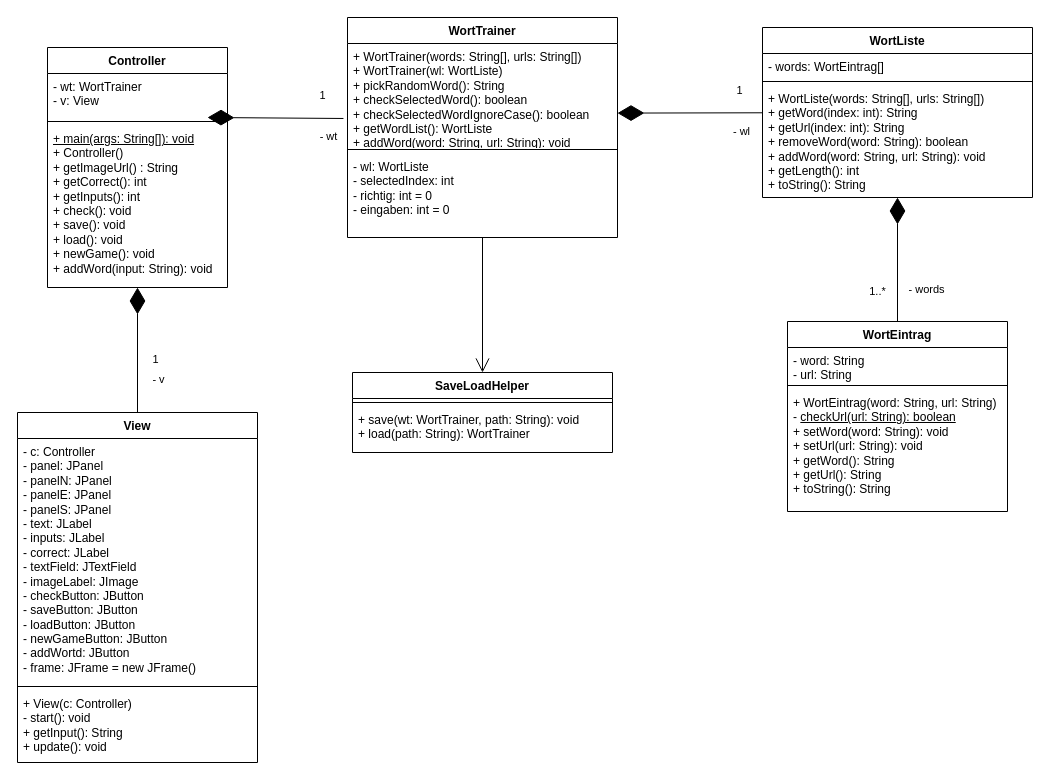
TGM-HIT/sew9-2425-worttrainer-czlabinger keeps this draw.io diagram as doc/worttrainer.drawio. Above is the earlier version. Source tidied: cells renumbered, new cells numbered last; positions are measured from the earlier drawing's top-left corner, leaving out a move shared by most shapes. Both pictures are drawn from the tidied source at 100%, with x=0, y=0 at pixel (17, 17).
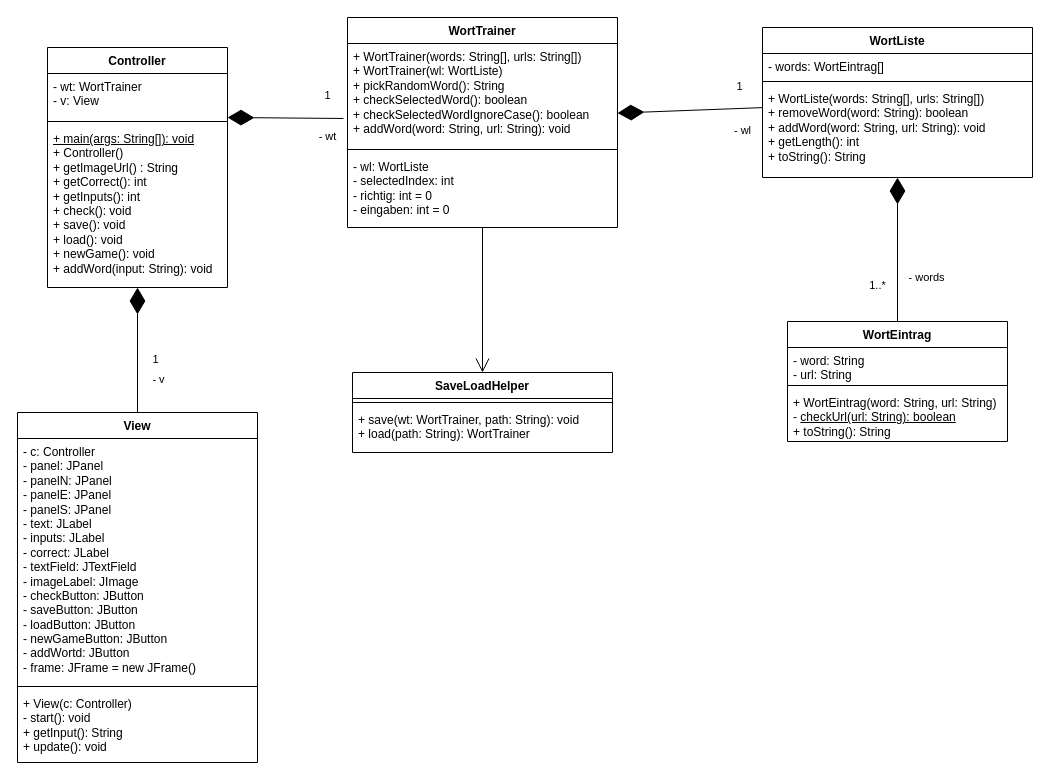
Above is the later version.

Commit message (it also covers changes not shown here):
Updated uml to use lombok

What changed in the source:
```diff
@@
     <mxCell id="2" value="&lt;div&gt;WortTrainer&lt;/div&gt;" style="swimlane;fontStyle=1;align=center;verticalAlign=top;horizontal=1;startSize=26;whiteSpace=wrap;html=1;" parent="1" vertex="1">
-      <mxGeometry x="330" width="270" height="220" as="geometry" />
+      <mxGeometry x="330" width="270" height="210" as="geometry" />
     </mxCell>
-    <mxCell id="3" value="&lt;div&gt;+ WortTrainer(words: String[], urls: String[])&lt;/div&gt;&lt;div&gt;+ WortTrainer(wl: WortListe)&lt;/div&gt;&lt;div&gt;+ pickRandomWord(): String&lt;/div&gt;&lt;div&gt;+ checkSelectedWord(): boolean&lt;/div&gt;&lt;div&gt;+ checkSelectedWordIgnoreCase(): boolean&lt;/div&gt;&lt;div&gt;+ getWordList(): WortListe&lt;/div&gt;&lt;div&gt;+ addWord(word: String, url: String): void&lt;/div&gt;" style="text;strokeColor=none;fillColor=none;align=left;verticalAlign=top;spacingLeft=4;spacingRight=4;overflow=hidden;points=[[0,0.5],[1,0.5]];portConstraint=eastwest;whiteSpace=wrap;html=1;" parent="2" vertex="1">
+    <mxCell id="3" value="&lt;div&gt;+ WortTrainer(words: String[], urls: String[])&lt;/div&gt;&lt;div&gt;+ WortTrainer(wl: WortListe)&lt;/div&gt;&lt;div&gt;+ pickRandomWord(): String&lt;/div&gt;&lt;div&gt;+ checkSelectedWord(): boolean&lt;/div&gt;&lt;div&gt;+ checkSelectedWordIgnoreCase(): boolean&lt;/div&gt;&lt;div&gt;+ addWord(word: String, url: String): void&lt;/div&gt;" style="text;strokeColor=none;fillColor=none;align=left;verticalAlign=top;spacingLeft=4;spacingRight=4;overflow=hidden;points=[[0,0.5],[1,0.5]];portConstraint=eastwest;whiteSpace=wrap;html=1;" parent="2" vertex="1">
       <mxGeometry y="26" width="270" height="102" as="geometry" />
     </mxCell>
@@
     <mxCell id="5" value="&lt;div&gt;- wl: WortListe&lt;/div&gt;&lt;div&gt;- selectedIndex: int&lt;/div&gt;&lt;div&gt;- richtig: int = 0&lt;/div&gt;&lt;div&gt;- eingaben: int = 0&lt;/div&gt;" style="text;strokeColor=none;fillColor=none;align=left;verticalAlign=top;spacingLeft=4;spacingRight=4;overflow=hidden;points=[[0,0.5],[1,0.5]];portConstraint=eastwest;whiteSpace=wrap;html=1;" parent="2" vertex="1">
-      <mxGeometry y="136" width="270" height="84" as="geometry" />
+      <mxGeometry y="136" width="270" height="74" as="geometry" />
     </mxCell>
     <mxCell id="6" value="&lt;div&gt;WortListe&lt;/div&gt;&lt;div&gt;&lt;br&gt;&lt;/div&gt;" style="swimlane;fontStyle=1;align=center;verticalAlign=top;horizontal=1;startSize=26;whiteSpace=wrap;html=1;" parent="1" vertex="1">
-      <mxGeometry x="745" y="10" width="270" height="170" as="geometry" />
+      <mxGeometry x="745" y="10" width="270" height="150" as="geometry" />
     </mxCell>
@@
-    <mxCell id="9" value="&lt;div&gt;+ WortListe(words: String[], urls: String[])&lt;/div&gt;&lt;div&gt;+ getWord(index: int): String&lt;/div&gt;&lt;div&gt;+ getUrl(index: int): String&lt;/div&gt;&lt;div&gt;+ removeWord(word: String): boolean&lt;/div&gt;&lt;div&gt;+ addWord(word: String, url: String): void&lt;/div&gt;&lt;div&gt;+ getLength(): int&lt;/div&gt;&lt;div&gt;+ toString(): String&lt;/div&gt;" style="text;strokeColor=none;fillColor=none;align=left;verticalAlign=top;spacingLeft=4;spacingRight=4;overflow=hidden;points=[[0,0.5],[1,0.5]];portConstraint=eastwest;whiteSpace=wrap;html=1;" parent="6" vertex="1">
-      <mxGeometry y="58" width="270" height="112" as="geometry" />
+    <mxCell id="9" value="&lt;div&gt;+ WortListe(words: String[], urls: String[])&lt;/div&gt;&lt;div&gt;+ removeWord(word: String): boolean&lt;/div&gt;&lt;div&gt;+ addWord(word: String, url: String): void&lt;/div&gt;&lt;div&gt;+ getLength(): int&lt;/div&gt;&lt;div&gt;+ toString(): String&lt;/div&gt;" style="text;strokeColor=none;fillColor=none;align=left;verticalAlign=top;spacingLeft=4;spacingRight=4;overflow=hidden;points=[[0,0.5],[1,0.5]];portConstraint=eastwest;whiteSpace=wrap;html=1;" parent="6" vertex="1">
+      <mxGeometry y="58" width="270" height="92" as="geometry" />
     </mxCell>
     <mxCell id="10" value="WortEintrag" style="swimlane;fontStyle=1;align=center;verticalAlign=top;horizontal=1;startSize=26;whiteSpace=wrap;html=1;" parent="1" vertex="1">
-      <mxGeometry x="770" y="304" width="220" height="190" as="geometry" />
+      <mxGeometry x="770" y="304" width="220" height="120" as="geometry" />
     </mxCell>
@@
-    <mxCell id="13" value="&lt;div&gt;+ WortEintrag(word: String, url: String)&lt;/div&gt;&lt;div&gt;- &lt;u&gt;checkUrl(url: String): boolean&lt;/u&gt;&lt;/div&gt;&lt;div&gt;+ setWord(word: String): void&lt;br&gt;&lt;/div&gt;&lt;div&gt;+ setUrl(url: String): void&lt;/div&gt;&lt;div&gt;+ getWord(): String&lt;/div&gt;&lt;div&gt;+ getUrl(): String&lt;/div&gt;&lt;div&gt;+ toString(): String&lt;br&gt;&lt;/div&gt;&lt;div&gt;&lt;br&gt;&lt;/div&gt;" style="text;strokeColor=none;fillColor=none;align=left;verticalAlign=top;spacingLeft=4;spacingRight=4;overflow=hidden;whiteSpace=wrap;html=1;" parent="10" vertex="1">
-      <mxGeometry y="68" width="220" height="122" as="geometry" />
+    <mxCell id="13" value="&lt;div&gt;+ WortEintrag(word: String, url: String)&lt;/div&gt;&lt;div&gt;- &lt;u&gt;checkUrl(url: String): boolean&lt;/u&gt;&lt;/div&gt;&lt;div&gt;+ toString(): String&lt;br&gt;&lt;/div&gt;&lt;div&gt;&lt;br&gt;&lt;/div&gt;" style="text;strokeColor=none;fillColor=none;align=left;verticalAlign=top;spacingLeft=4;spacingRight=4;overflow=hidden;whiteSpace=wrap;html=1;" parent="10" vertex="1">
+      <mxGeometry y="68" width="220" height="52" as="geometry" />
     </mxCell>
@@
     <mxCell id="24" style="endArrow=diamondThin;endFill=1;endSize=24;html=1;rounded=0;exitX=-0.015;exitY=0.735;exitDx=0;exitDy=0;exitPerimeter=0;" parent="1" edge="1" source="3">
       <mxGeometry relative="1" as="geometry">
-        <mxPoint x="190" y="100" as="targetPoint" />
+        <mxPoint x="210" y="100" as="targetPoint" />
       </mxGeometry>
     </mxCell>
     <mxCell id="25" value="&lt;div&gt;- wt&lt;/div&gt;" style="edgeLabel;html=1;align=center;verticalAlign=middle;" parent="24" vertex="1">
       <mxGeometry x="0.48" y="-2" relative="1" as="geometry">
-        <mxPoint x="86" y="20" as="offset" />
+        <mxPoint x="70" y="20" as="offset" />
       </mxGeometry>
     </mxCell>
```
